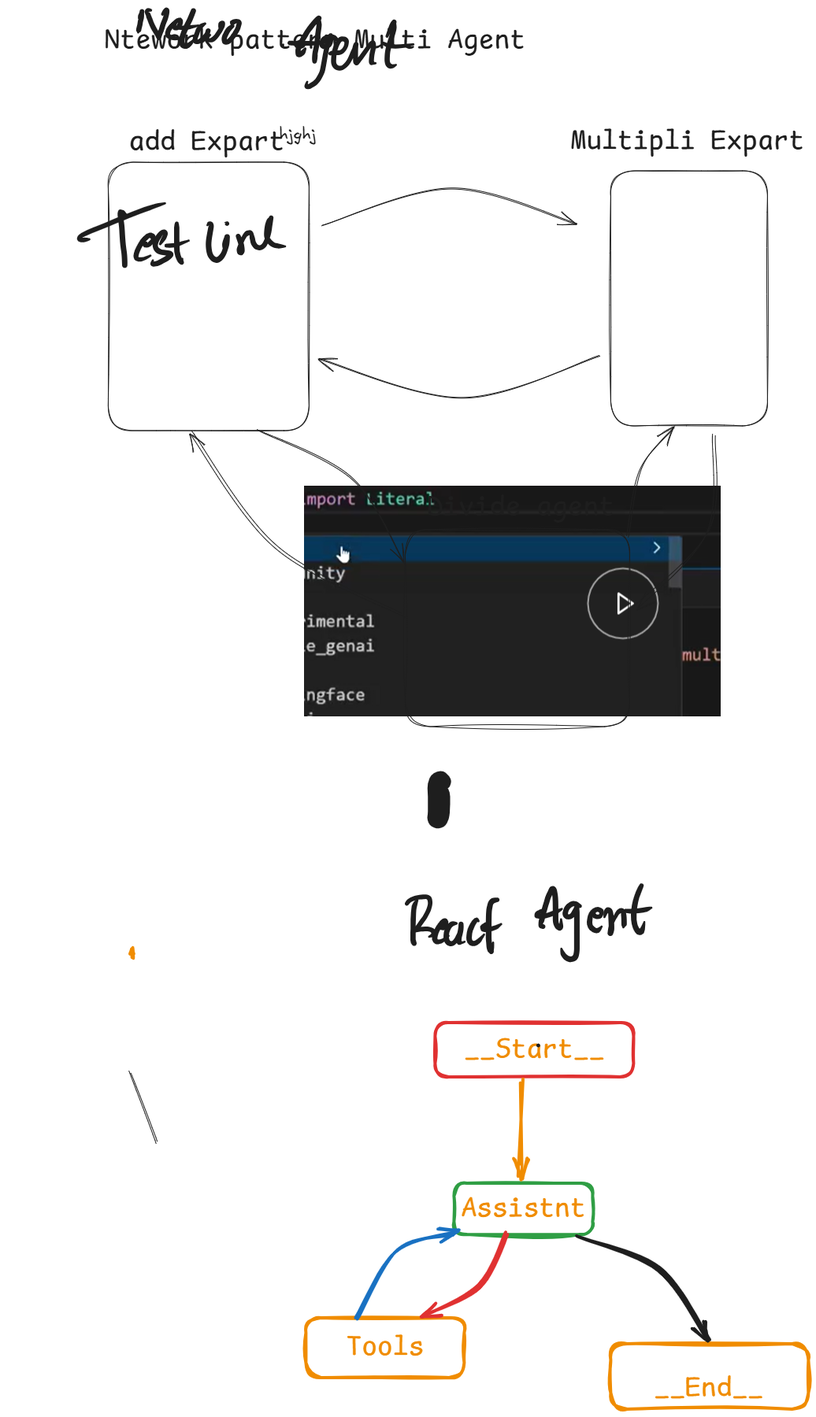
This is 04-LangGraph-Agentic-Workflows/02-Multi-Agent-network-pattern/notes.excalidraw.png from AIXerum/End-to-End-Agentic-AI-Automation-Lab, a Excalidraw export, as it was before one commit. Source tidied: one line per element, renumbered; positions are measured from the earlier drawing's top-left corner, leaving out a move shared by most shapes.
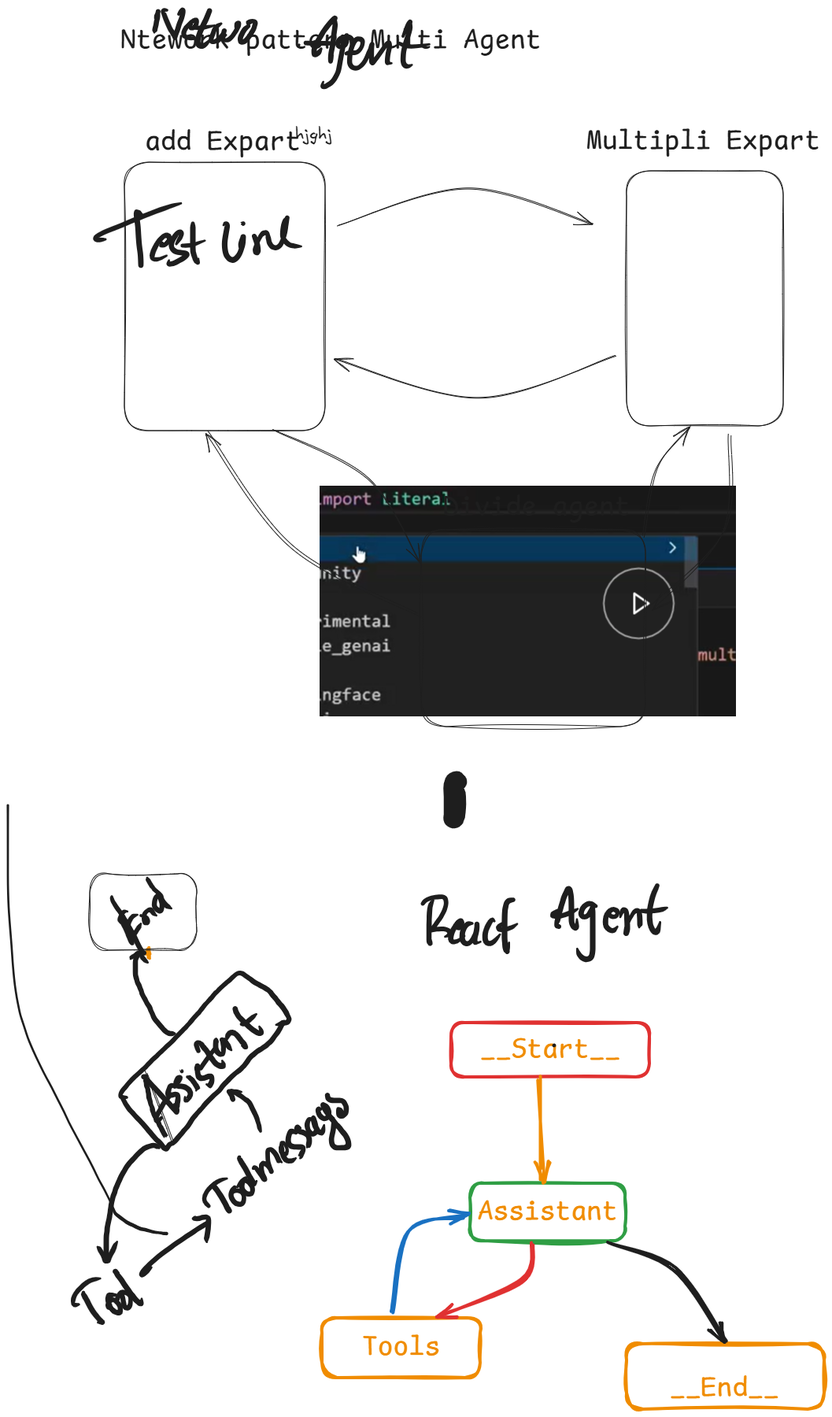
Later version of the same file.

The edit, as a diff of the source:
```diff
@@ -7,16 +7,16 @@
 {"id": 6, "type": "arrow", "strokeColor": "#1e1e1e", "strokeWidth": 1, "roughness": 1, "endArrowhead": "arrow", "round": true, "from": 2, "to": 1, "x": 629, "y": 423, "width": 356, "height": 54, "points": [[0, 0], [-174, 54], [-356, 4]]}
 {"id": 7, "type": "rectangle", "strokeColor": "#e03131", "strokeWidth": 4, "roughness": 1, "round": true, "x": 420, "y": 1270, "width": 252, "height": 69}
 {"id": 8, "type": "text", "text": "__Start__", "strokeColor": "#f08c00", "strokeWidth": 4, "roughness": 2, "fontSize": 36, "fontFamily": 8, "textAlign": "center", "verticalAlign": "middle", "inside": 7, "x": 457, "y": 1282, "width": 178, "height": 45}
-{"id": 9, "type": "rectangle", "strokeColor": "#2f9e44", "strokeWidth": 4, "roughness": 2, "round": true, "x": 444, "y": 1474, "width": 176, "height": 65}
+{"id": 9, "type": "rectangle", "strokeColor": "#2f9e44", "strokeWidth": 4, "roughness": 2, "round": true, "x": 444, "y": 1474, "width": 197, "height": 73}
-{"id": 10, "type": "text", "text": "Assistnt", "strokeColor": "#f08c00", "strokeWidth": 4, "roughness": 2, "fontSize": 36, "fontFamily": 8, "textAlign": "center", "verticalAlign": "middle", "inside": 9, "x": 453, "y": 1484, "width": 158, "height": 45}
+{"id": 10, "type": "text", "text": "Assistant", "strokeColor": "#f08c00", "strokeWidth": 4, "roughness": 2, "fontSize": 36, "fontFamily": 8, "textAlign": "center", "verticalAlign": "middle", "inside": 9, "x": 453, "y": 1488, "width": 178, "height": 45}
 {"id": 11, "type": "rectangle", "strokeColor": "#f08c00", "strokeWidth": 4, "roughness": 2, "round": true, "x": 256, "y": 1645, "width": 201, "height": 76}
 {"id": 12, "type": "text", "text": "Tools", "strokeColor": "#f08c00", "strokeWidth": 4, "roughness": 2, "fontSize": 36, "fontFamily": 8, "textAlign": "center", "verticalAlign": "middle", "inside": 11, "x": 307, "y": 1660, "width": 99, "height": 45}
 {"id": 13, "type": "rectangle", "strokeColor": "#f08c00", "strokeWidth": 4, "roughness": 2, "round": true, "x": 643, "y": 1678, "width": 251, "height": 83}
 {"id": 14, "type": "text", "text": "__End__", "strokeColor": "#f08c00", "strokeWidth": 4, "roughness": 2, "fontSize": 36, "fontFamily": 8, "x": 698, "y": 1712, "width": 139, "height": 45}
-{"id": 15, "type": "arrow", "strokeColor": "#f08c00", "strokeWidth": 4, "roughness": 2, "endArrowhead": "arrow", "round": true, "from": 7, "to": 9, "x": 531, "y": 1344, "width": 3, "height": 123, "points": [[0, 0], [-3, 123]]}
+{"id": 15, "type": "arrow", "strokeColor": "#f08c00", "strokeWidth": 4, "roughness": 2, "endArrowhead": "arrow", "round": true, "from": 7, "to": 9, "x": 533, "y": 1340, "width": 3, "height": 131, "points": [[0, 0], [3, 131]]}
-{"id": 16, "type": "arrow", "strokeColor": "#e03131", "strokeWidth": 4, "roughness": 2, "endArrowhead": "arrow", "round": true, "from": 9, "to": 11, "x": 510, "y": 1540, "width": 107, "height": 104, "points": [[0, 0], [-35, 65], [-107, 104]]}
+{"id": 16, "type": "arrow", "strokeColor": "#e03131", "strokeWidth": 4, "roughness": 2, "endArrowhead": "arrow", "round": true, "from": 9, "to": 11, "x": 522, "y": 1553, "width": 120, "height": 91, "points": [[0, 0], [-13, 45], [-120, 91]]}
-{"id": 17, "type": "arrow", "strokeColor": "#1e1e1e", "strokeWidth": 4, "roughness": 2, "endArrowhead": "arrow", "round": true, "from": 9, "to": 13, "x": 602, "y": 1539, "width": 167, "height": 136, "points": [[0, 0], [104, 43], [167, 136]]}
+{"id": 17, "type": "arrow", "strokeColor": "#1e1e1e", "strokeWidth": 4, "roughness": 2, "endArrowhead": "arrow", "round": true, "from": 9, "to": 13, "x": 622, "y": 1547, "width": 149, "height": 130, "points": [[0, 0], [84, 35], [149, 130]]}
-{"id": 18, "type": "arrow", "strokeColor": "#1971c2", "strokeWidth": 4, "roughness": 2, "endArrowhead": "arrow", "round": true, "from": 11, "to": 9, "x": 319, "y": 1645, "width": 125, "height": 107, "points": [[0, 0], [54, -85], [125, -107]]}
+{"id": 18, "type": "arrow", "strokeColor": "#1971c2", "strokeWidth": 4, "roughness": 2, "endArrowhead": "arrow", "round": true, "from": 11, "to": 9, "x": 344, "y": 1637, "width": 93, "height": 120, "points": [[0, 0], [24, -102], [93, -120]]}
 {"id": 19, "type": "freedraw", "strokeColor": "#1e1e1e", "strokeWidth": 1, "roughness": 2, "x": 397, "y": 1115, "width": 5, "height": 55, "points": [[0, 0], [-5, 3], [-5, 9], [-5, 15], [-5, 27], [-5, 33], [-5, 38], [-5, 42], [-5, 46], [-5, 49], [-5, 51], [-5, 53], [-4, 55], [-3, 55], [-3, 53], [-3, 51], [-3, 48], [-3, 48]]}
 {"id": 20, "type": "freedraw", "strokeColor": "#1e1e1e", "strokeWidth": 1, "roughness": 2, "x": 384, "y": 1119, "width": 35, "height": 51, "points": [[0, 0], [2, -6], [5, -7], [14, -9], [18, -9], [22, -9], [26, -9], [28, -9], [30, -7], [30, -5], [30, -1], [30, 3], [28, 8], [26, 13], [23, 17], [21, 21], [18, 24], [16, 27], [14, 30], [12, 32], [11, 33], [10, 34], [8, 35], [10, 34], [12, 33], [15, 33], [18, 32], [21, 32], [24, 32], [27, 32], [30, 32], [34, 34], [35, 36], [35, 37], [35, 38], [35, 39], [33, 40], [31, 41], [29, 42], [28, 42], [28, 42]]}
 {"id": 21, "type": "freedraw", "strokeColor": "#1e1e1e", "strokeWidth": 1, "roughness": 2, "x": 425, "y": 1148, "width": 19, "height": 28, "points": [[0, 0], [-1, -1], [1, -1], [2, 0], [3, 1], [5, 2], [6, 2], [7, 2], [8, 0], [9, -2], [9, -3], [9, -5], [9, -6], [9, -7], [9, -8], [8, -8], [7, -8], [6, -8], [3, -5], [1, -2], [-1, 2], [-3, 5], [-5, 9], [-5, 12], [-6, 15], [-6, 17], [-5, 19], [-3, 20], [-1, 20], [4, 19], [7, 17], [10, 14], [13, 11], [13, 11]]}
@@ -39,4 +39,3 @@
 {"id": 38, "type": "arrow", "strokeColor": "#1e1e1e", "strokeWidth": 1, "roughness": 2, "endArrowhead": "arrow", "round": true, "from": 35, "to": 2, "x": 663, "y": 653, "width": 59, "height": 139, "points": [[0, 0], [21, -87], [59, -139]]}
 {"id": 39, "type": "arrow", "strokeColor": "#1e1e1e", "strokeWidth": 1, "roughness": 2, "endArrowhead": "arrow", "round": true, "from": 35, "to": 1, "x": 379, "y": 752, "width": 267, "height": 234, "points": [[0, 0], [-161, -88], [-267, -234]]}
 {"id": 40, "type": "arrow", "strokeColor": "#1e1e1e", "strokeWidth": 1, "roughness": 2, "endArrowhead": "arrow", "round": true, "from": 1, "to": 35, "x": 197, "y": 518, "width": 185, "height": 170, "points": [[0, 0], [119, 62], [185, 170]]}
-{"id": 41, "type": "line", "strokeColor": "#1e1e1e", "strokeWidth": 1, "roughness": 2, "round": true, "x": 32, "y": 1335, "width": 34, "height": 88, "points": [[0, 0], [34, 88]]}
```
